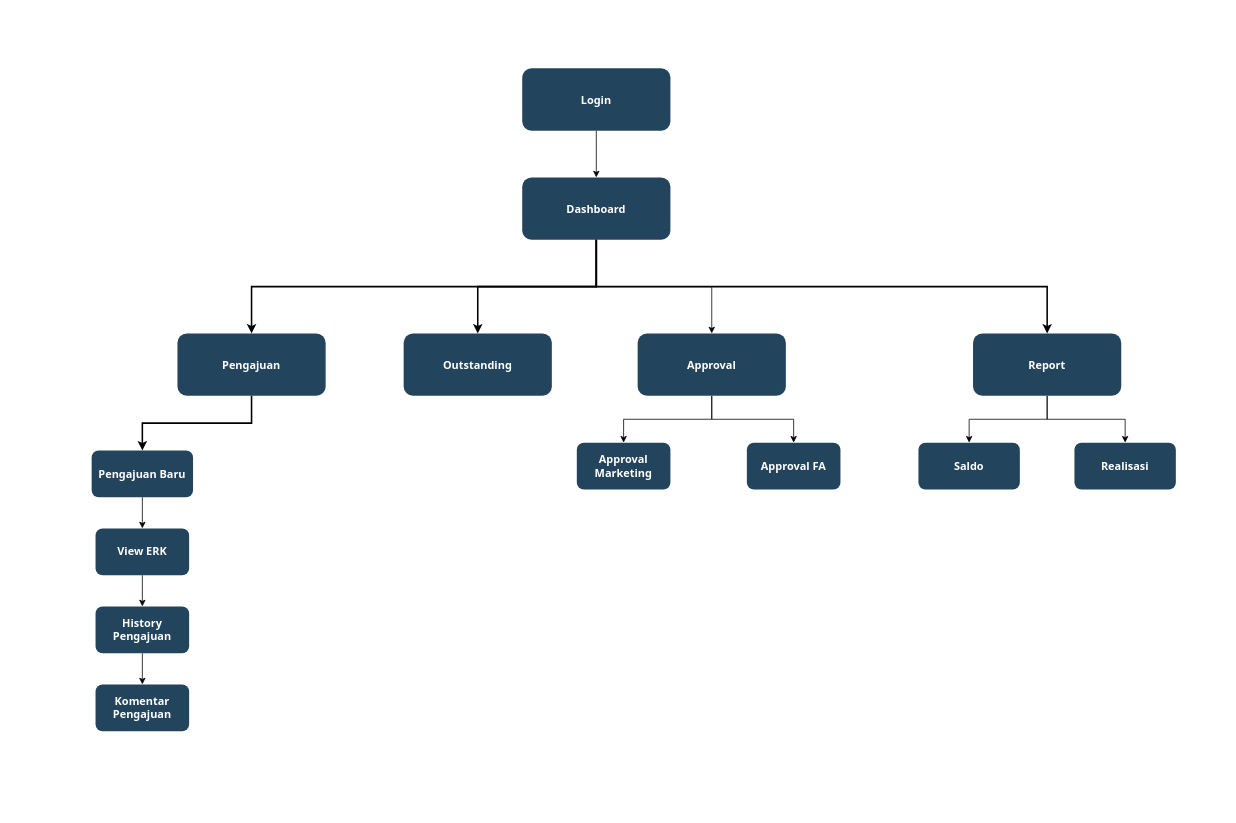
This is page "Sitemap" (1 of 4) of Sitemap-PieMeS.drawio from muhamadfarkhan/system-analyst, a draw.io file, before an edit. Source tidied: cells renumbered, new cells numbered last; positions are measured from the earlier drawing's top-left corner, leaving out a move shared by most shapes. Both pictures are drawn from the tidied source at 78%, with x=0, y=0 at pixel (91, 68).
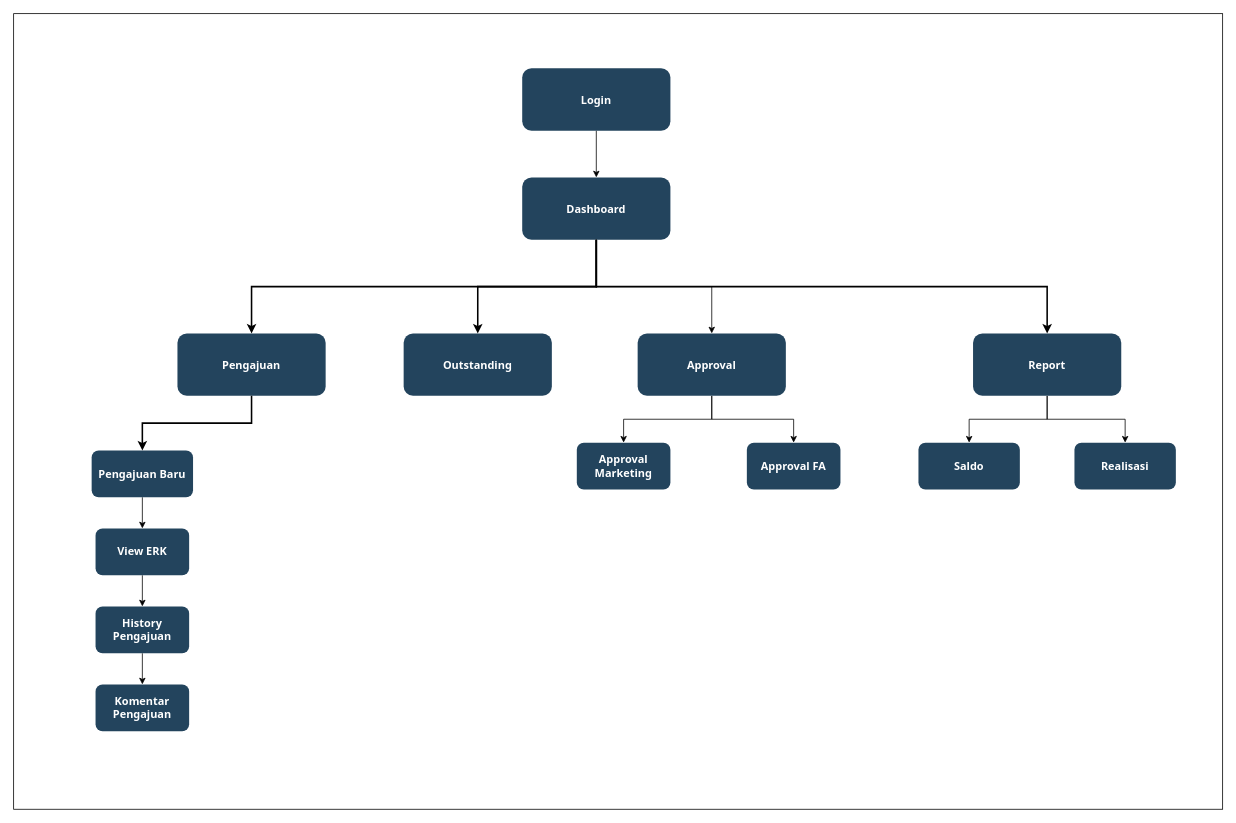
The same diagram, later.

Diff of the diagram source:
```diff
@@
+    <mxCell id="29" style="rounded=0;whiteSpace=wrap;html=1;" parent="1" vertex="1">
+      <mxGeometry x="-100" y="-70" width="1550" height="1020" as="geometry" />
+    </mxCell>
```
